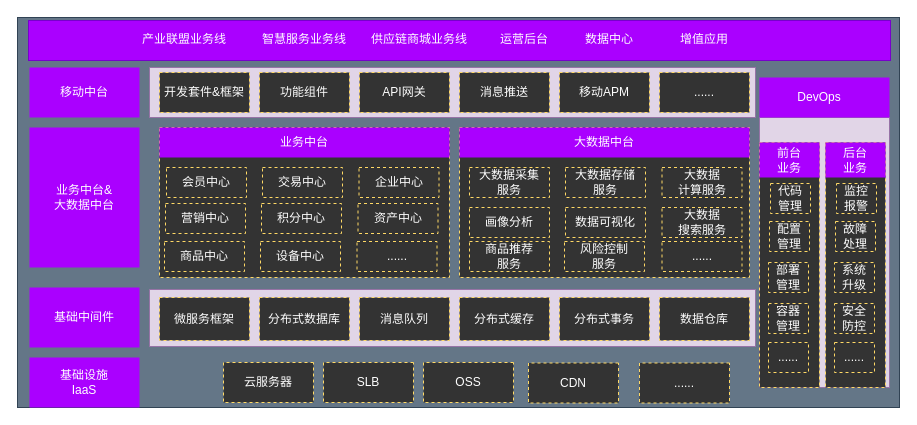
Above: page "tek" (3 of 5) of cgc/cgc-framework.drawio in kinvensan/drawio (draw.io), before the change. Source tidied: cells renumbered, new cells numbered last; positions are measured from the earlier drawing's top-left corner, leaving out a move shared by most shapes. Both pictures are drawn from the tidied source at 100%, with x=0, y=0 at pixel (17, 17).
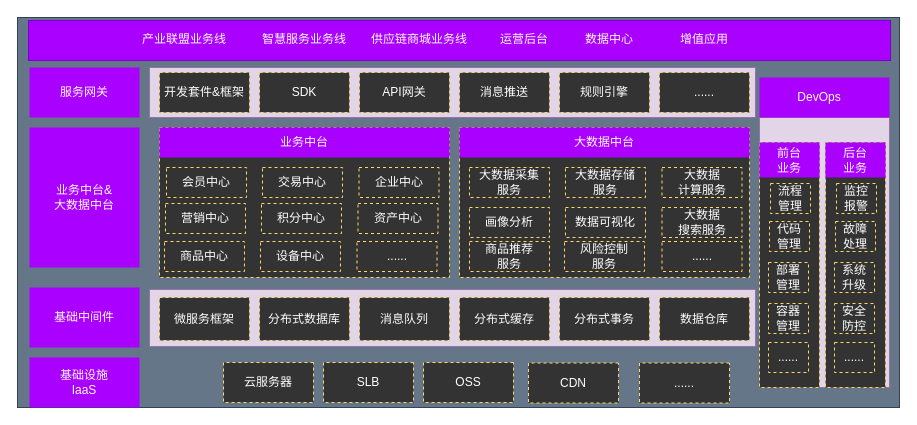
After the change.

Diff of the diagram source:
```diff
@@
-    <mxCell id="4" value="移动中台" style="rounded=0;whiteSpace=wrap;html=1;strokeColor=none;fontColor=#ffffff;fillColor=#aa00ff;" parent="1" vertex="1">
+    <mxCell id="4" value="服务网关" style="rounded=0;whiteSpace=wrap;html=1;strokeColor=none;fontColor=#ffffff;fillColor=#aa00ff;" parent="1" vertex="1">
       <mxGeometry x="12" y="50" width="110" height="50" as="geometry" />
     </mxCell>
@@
-    <mxCell id="39" value="&lt;span style=&quot;white-space: normal&quot;&gt;功能组件&lt;/span&gt;" style="rounded=0;whiteSpace=wrap;html=1;strokeColor=#FFD966;fontColor=#FFFFFF;fillColor=#333333;dashed=1;" parent="1" vertex="1">
+    <mxCell id="39" value="SDK" style="rounded=0;whiteSpace=wrap;html=1;strokeColor=#FFD966;fontColor=#FFFFFF;fillColor=#333333;dashed=1;" parent="1" vertex="1">
       <mxGeometry x="242" y="55" width="90" height="40" as="geometry" />
     </mxCell>
@@
-    <mxCell id="42" value="&lt;span style=&quot;white-space: normal&quot;&gt;移动APM&lt;/span&gt;" style="rounded=0;whiteSpace=wrap;html=1;strokeColor=#FFD966;fontColor=#FFFFFF;fillColor=#333333;dashed=1;" parent="1" vertex="1">
+    <mxCell id="42" value="规则引擎" style="rounded=0;whiteSpace=wrap;html=1;strokeColor=#FFD966;fontColor=#FFFFFF;fillColor=#333333;dashed=1;" parent="1" vertex="1">
       <mxGeometry x="542" y="55" width="90" height="40" as="geometry" />
     </mxCell>
@@
-    <mxCell id="60" value="代码&lt;br&gt;管理" style="rounded=0;whiteSpace=wrap;html=1;strokeColor=#FFD966;fontColor=#FFFFFF;fillColor=#333333;dashed=1;" parent="1" vertex="1">
+    <mxCell id="60" value="流程&lt;br&gt;管理" style="rounded=0;whiteSpace=wrap;html=1;strokeColor=#FFD966;fontColor=#FFFFFF;fillColor=#333333;dashed=1;" parent="1" vertex="1">
       <mxGeometry x="753" y="166" width="40" height="30" as="geometry" />
     </mxCell>
-    <mxCell id="61" value="配置&lt;br&gt;管理" style="rounded=0;whiteSpace=wrap;html=1;strokeColor=#FFD966;fontColor=#FFFFFF;fillColor=#333333;dashed=1;" parent="1" vertex="1">
+    <mxCell id="61" value="代码&lt;br&gt;管理" style="rounded=0;whiteSpace=wrap;html=1;strokeColor=#FFD966;fontColor=#FFFFFF;fillColor=#333333;dashed=1;" parent="1" vertex="1">
       <mxGeometry x="752" y="204" width="40" height="30" as="geometry" />
     </mxCell>
```
